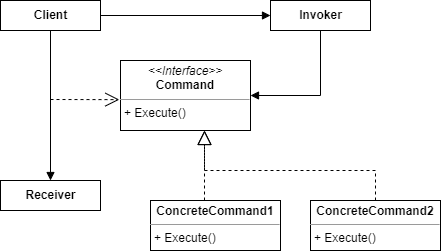
The draw.io diagram Diagrams/Behavioral Patterns/Command.png in JoanStinson/UnityDesignPatternsReference, before a commit. Source tidied: cells renumbered, new cells last; positions are measured from the earlier drawing's top-left corner, leaving out a move shared by most shapes.
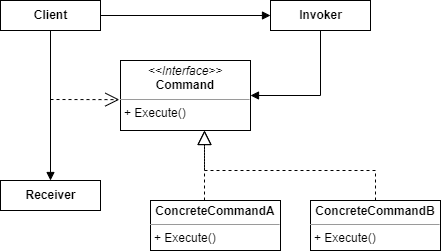
The same file after the commit.

Change to the diagram source:
```diff
@@ -18,10 +18,10 @@
         </Array>
       </mxGeometry>
     </mxCell>
-    <mxCell id="6" value="&lt;p style=&quot;margin: 0px ; margin-top: 4px ; text-align: center&quot;&gt;&lt;b&gt;ConcreteCommand1&lt;/b&gt;&lt;/p&gt;&lt;hr size=&quot;1&quot;&gt;&lt;p style=&quot;margin: 0px ; margin-left: 4px&quot;&gt;+ Execute()&lt;/p&gt;" style="verticalAlign=top;align=left;overflow=fill;fontSize=12;fontFamily=Helvetica;html=1;" parent="1" vertex="1">
+    <mxCell id="6" value="&lt;p style=&quot;margin: 0px ; margin-top: 4px ; text-align: center&quot;&gt;&lt;b&gt;ConcreteCommandA&lt;/b&gt;&lt;/p&gt;&lt;hr size=&quot;1&quot;&gt;&lt;p style=&quot;margin: 0px ; margin-left: 4px&quot;&gt;+ Execute()&lt;/p&gt;" style="verticalAlign=top;align=left;overflow=fill;fontSize=12;fontFamily=Helvetica;html=1;" parent="1" vertex="1">
       <mxGeometry x="150" y="200" width="130" height="50" as="geometry" />
     </mxCell>
-    <mxCell id="7" value="&lt;p style=&quot;margin: 0px ; margin-top: 4px ; text-align: center&quot;&gt;&lt;b&gt;ConcreteCommand2&lt;/b&gt;&lt;/p&gt;&lt;hr size=&quot;1&quot;&gt;&lt;p style=&quot;margin: 0px ; margin-left: 4px&quot;&gt;+ Execute()&lt;/p&gt;" style="verticalAlign=top;align=left;overflow=fill;fontSize=12;fontFamily=Helvetica;html=1;" parent="1" vertex="1">
+    <mxCell id="7" value="&lt;p style=&quot;margin: 0px ; margin-top: 4px ; text-align: center&quot;&gt;&lt;b&gt;ConcreteCommandB&lt;/b&gt;&lt;/p&gt;&lt;hr size=&quot;1&quot;&gt;&lt;p style=&quot;margin: 0px ; margin-left: 4px&quot;&gt;+ Execute()&lt;/p&gt;" style="verticalAlign=top;align=left;overflow=fill;fontSize=12;fontFamily=Helvetica;html=1;" parent="1" vertex="1">
       <mxGeometry x="310" y="200" width="130" height="50" as="geometry" />
     </mxCell>
     <mxCell id="8" style="endArrow=block;dashed=1;endFill=0;endSize=12;html=1;rounded=0;" parent="1" edge="1">
```
